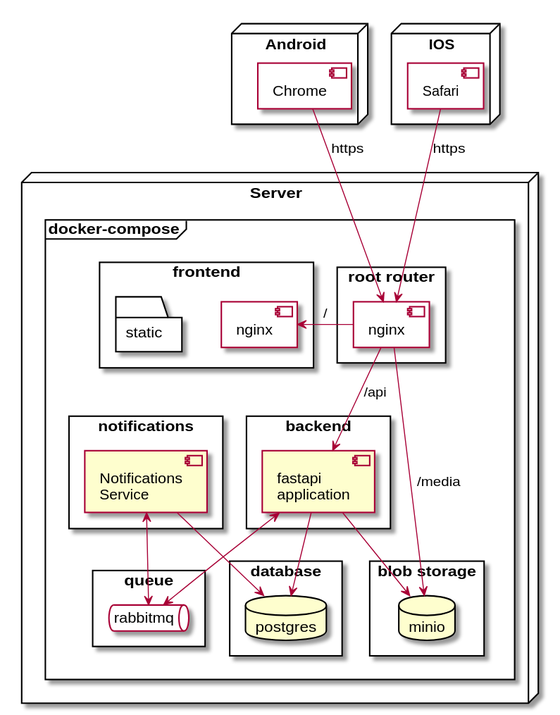
Earlier version of the PlantUML export deployment.svg (kluchi/diagrams).
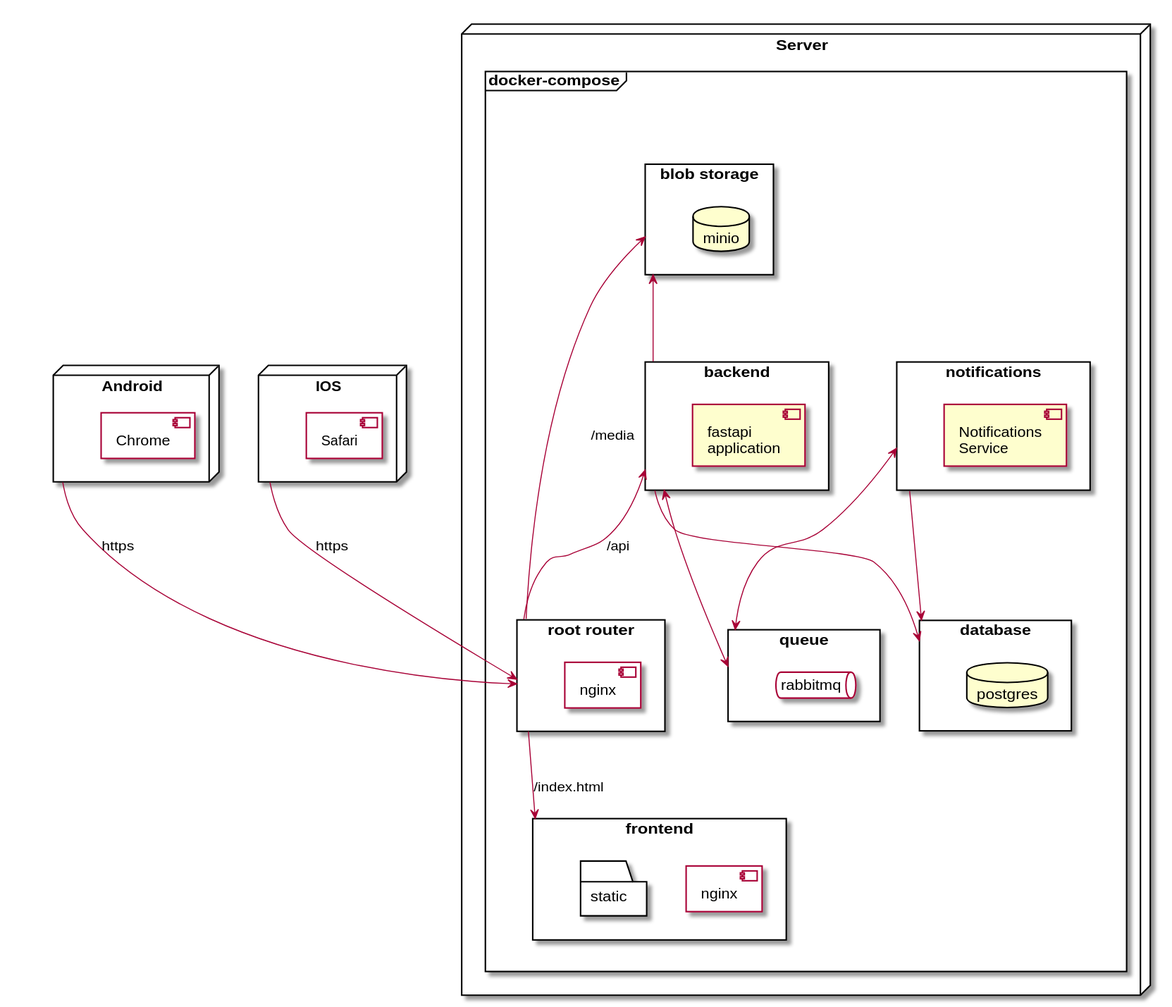
The same file after the commit.

Commit message:
Generate SVG and PNG images for PlantUML diagrams

What changed in the source:
```diff
@@ -7,18 +7,14 @@
 
 node Server {
     frame "docker-compose" {
+
         rectangle "root router" as root_r {
             component "nginx" as root {
 
             }
         }
 
-        rectangle backend {
-            component api_server [fastapi
-            application]
-        }
-
-        rectangle frontend {
+         rectangle frontend {
 
             component "nginx" as n2 {
 
@@ -29,32 +25,45 @@
             }
         }
 
-        rectangle "queue" as q {
+        together group1 {
+
+
+        rectangle backend {
+            component api_server [fastapi
+            application]
+        }
+
+       rectangle "blob storage" as blob {
+            database minio
+        }
+
+
+        }
+
+        together group2 {
+            rectangle "queue" as q {
             queue "rabbitmq" as queue {
 
             }
-        }
-
-
-
-        rectangle notifications {
-            component ns [Notifications
-            Service]
         }
 
         rectangle database {
             database postgres
         }
 
-        rectangle "blob storage" as blob {
-            database minio
+
+        }
+
+        rectangle notifications {
+            component ns [Notifications
+            Service]
         }
     }
 }
 
 
-
-node Android as andoid {
+together device_group {
+    node Android as android {
     component Chrome {
 
     }
@@ -66,26 +75,29 @@
     }
 }
 
+}
 
 
 
-root --> api_server : /api
-root -r-> n2 : /
 
-root -d-> minio : /media
+root_r -l-> backend : /api
+root_r -d-> frontend : /index.html
 
 
-api_server --> postgres
-api_server <--> queue
+blob <--- root_r : /media
 
-api_server --> minio
 
-ns <--> queue
-ns --> postgres
+backend --> database
+backend <--> q
 
-Safari --> root : https
+blob <-- backend
 
-Chrome --> root : https
+notifications <--> q
+notifications --> database
+
+android --> root_r : https
+
+ios --> root_r : https
 
 
 
```
